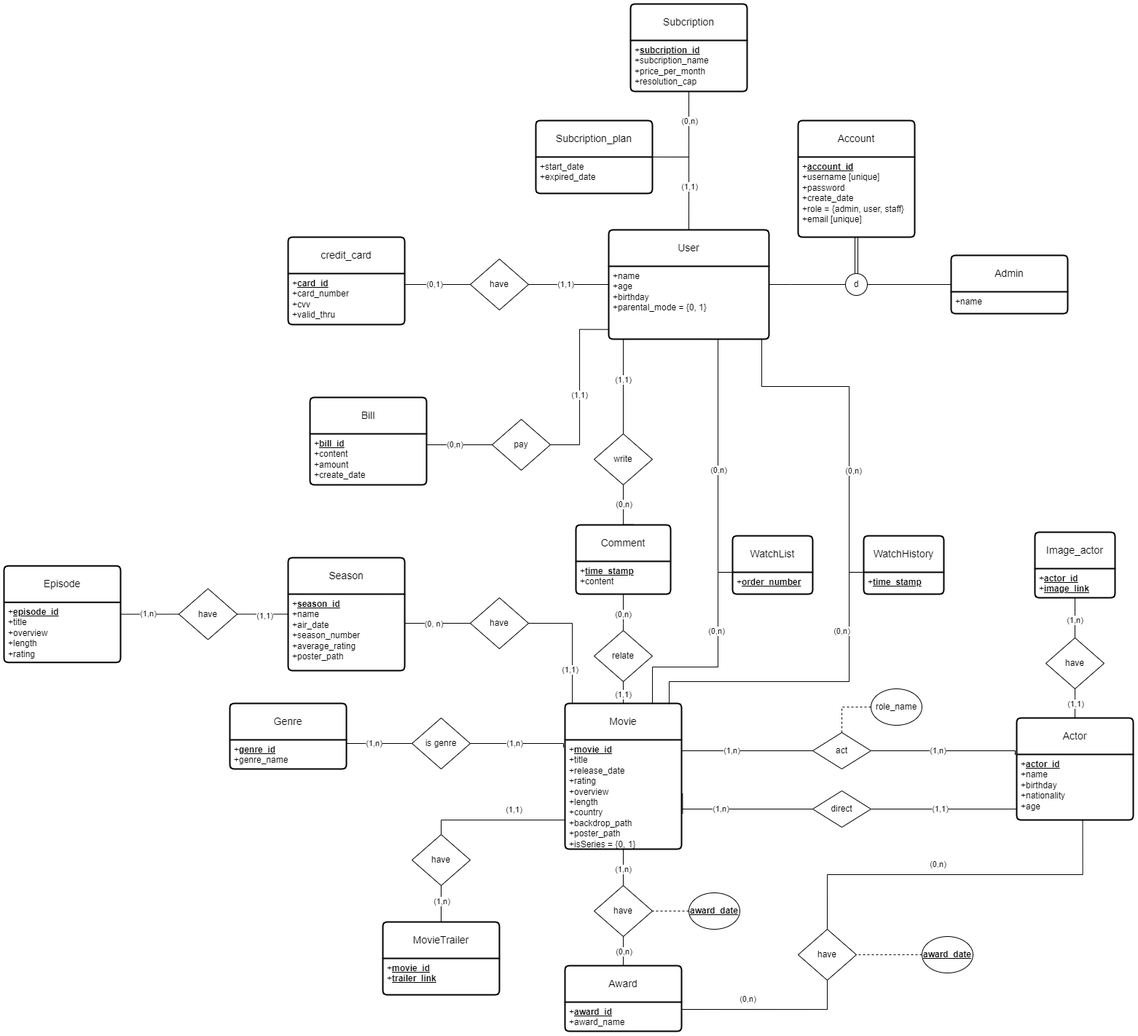
Before: docs/analysis and design/Netflex.drawio.png, a diagram exported from draw.io (DanielPham311/Intro2SE-21CLC03-Group11). Source tidied: cells renumbered, new cells last; positions are measured from the earlier drawing's top-left corner, leaving out a move shared by most shapes.
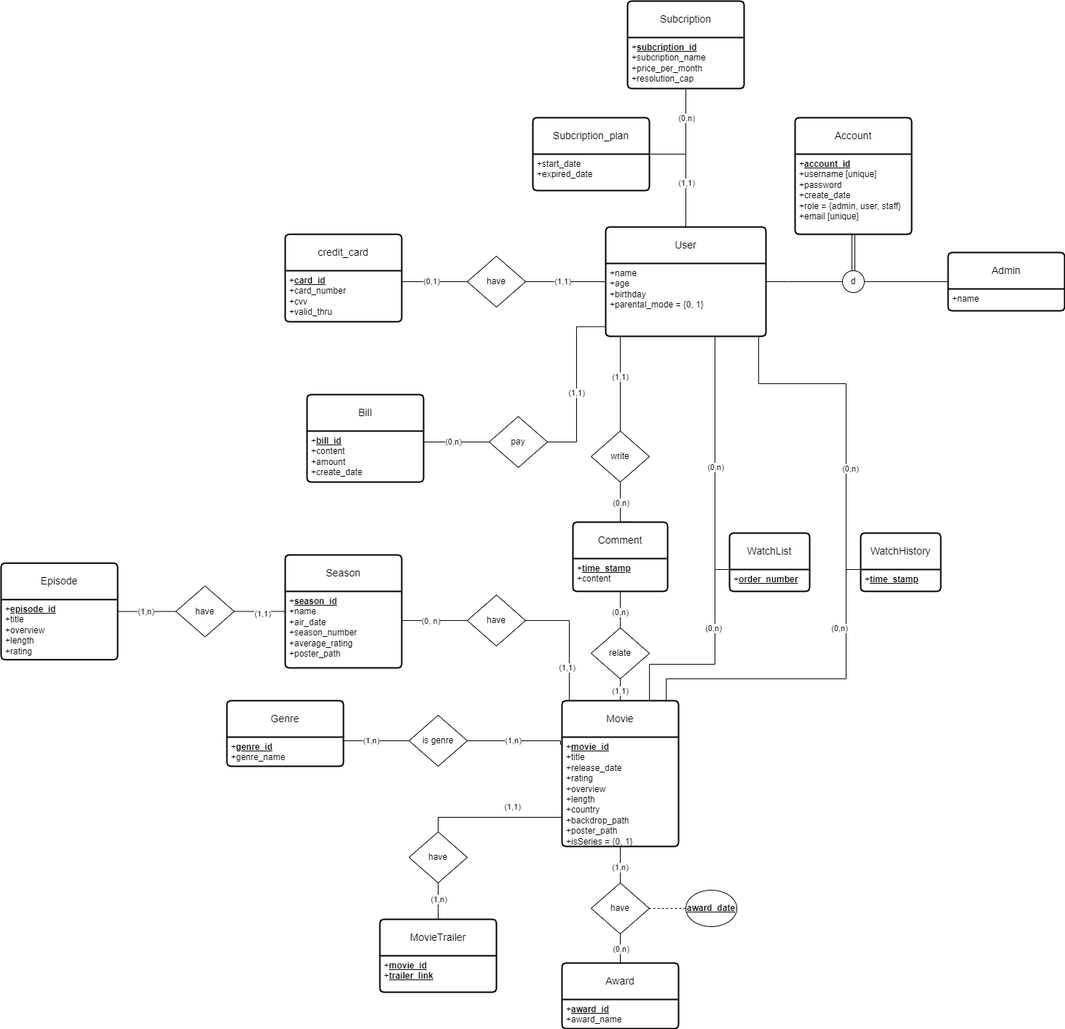
Above is the later version.

The edit, as a diff of the source:
```diff
@@ -224,87 +224,6 @@
         <mxPoint x="1" y="-49" as="offset" />
       </mxGeometry>
     </mxCell>
-    <mxCell id="55" value="Actor" style="swimlane;horizontal=1;startSize=50;rounded=1;fontSize=14;fontStyle=0;strokeWidth=2;shadow=0;dashed=0;align=center;arcSize=4;whiteSpace=wrap;html=1;" parent="1" vertex="1">
-      <mxGeometry x="1390" y="980" width="160" height="140" as="geometry" />
-    </mxCell>
-    <mxCell id="56" value="+&lt;b&gt;&lt;u&gt;actor_id&lt;/u&gt;&lt;/b&gt;&lt;br&gt;+name&lt;br&gt;+birthday&lt;br&gt;+nationality&lt;br&gt;+age" style="align=left;strokeColor=none;fillColor=none;spacingLeft=4;fontSize=12;verticalAlign=top;html=1;" parent="55" vertex="1">
-      <mxGeometry y="50" width="160" height="90" as="geometry" />
-    </mxCell>
-    <mxCell id="57" value="Image_actor" style="swimlane;horizontal=1;startSize=50;rounded=1;fontSize=14;fontStyle=0;strokeWidth=2;shadow=0;dashed=0;align=center;arcSize=4;whiteSpace=wrap;html=1;" parent="1" vertex="1">
-      <mxGeometry x="1415" y="725" width="110" height="90" as="geometry" />
-    </mxCell>
-    <mxCell id="58" value="+&lt;b&gt;&lt;u&gt;actor_id&lt;br&gt;&lt;/u&gt;&lt;/b&gt;+&lt;b&gt;&lt;u&gt;image_link&lt;/u&gt;&lt;/b&gt;" style="align=left;strokeColor=none;fillColor=none;spacingLeft=4;fontSize=12;verticalAlign=top;html=1;" parent="57" vertex="1">
-      <mxGeometry y="50" width="110" height="40" as="geometry" />
-    </mxCell>
-    <mxCell id="59" style="edgeStyle=orthogonalEdgeStyle;rounded=0;jettySize=auto;html=1;entryX=0.5;entryY=0;entryDx=0;entryDy=0;endArrow=none;endFill=0;exitX=0.5;exitY=1;exitDx=0;exitDy=0;" parent="1" edge="1" source="58" target="61">
-      <mxGeometry relative="1" as="geometry" />
-    </mxCell>
-    <mxCell id="60" value="(1,n)" style="edgeLabel;html=1;align=center;verticalAlign=middle;" parent="59" vertex="1">
-      <mxGeometry x="0.09" y="-1" relative="1" as="geometry" />
-    </mxCell>
-    <mxCell id="61" value="have" style="rhombus;whiteSpace=wrap;html=1;" parent="1" vertex="1">
-      <mxGeometry x="1430" y="870" width="80" height="70" as="geometry" />
-    </mxCell>
-    <mxCell id="62" style="edgeStyle=orthogonalEdgeStyle;rounded=0;jettySize=auto;html=1;entryX=0.5;entryY=1;entryDx=0;entryDy=0;endArrow=none;endFill=0;exitX=0.5;exitY=0;exitDx=0;exitDy=0;" parent="1" edge="1" source="55" target="61">
-      <mxGeometry relative="1" as="geometry">
-        <Array as="points">
-          <mxPoint x="1470" y="950" />
-          <mxPoint x="1470" y="950" />
-        </Array>
-      </mxGeometry>
-    </mxCell>
-    <mxCell id="63" value="(1,1)" style="edgeLabel;html=1;align=center;verticalAlign=middle;" parent="62" vertex="1">
-      <mxGeometry x="-0.1" y="1" relative="1" as="geometry">
-        <mxPoint x="1" y="-2" as="offset" />
-      </mxGeometry>
-    </mxCell>
-    <mxCell id="64" style="edgeStyle=orthogonalEdgeStyle;rounded=0;jettySize=auto;html=1;entryX=1;entryY=0.5;entryDx=0;entryDy=0;endArrow=none;endFill=0;exitX=-0.013;exitY=0.006;exitDx=0;exitDy=0;exitPerimeter=0;" parent="1" edge="1" source="56" target="66">
-      <mxGeometry relative="1" as="geometry">
-        <Array as="points">
-          <mxPoint x="1388" y="1025" />
-        </Array>
-      </mxGeometry>
-    </mxCell>
-    <mxCell id="65" value="(1,n)" style="edgeLabel;html=1;align=center;verticalAlign=middle;" parent="64" vertex="1">
-      <mxGeometry x="0.09" y="-1" relative="1" as="geometry" />
-    </mxCell>
-    <mxCell id="66" value="act" style="rhombus;whiteSpace=wrap;html=1;" parent="1" vertex="1">
-      <mxGeometry x="1110" y="1000" width="80" height="50" as="geometry" />
-    </mxCell>
-    <mxCell id="67" style="edgeStyle=orthogonalEdgeStyle;rounded=0;jettySize=auto;html=1;entryX=0;entryY=0.5;entryDx=0;entryDy=0;endArrow=none;endFill=0;exitX=1;exitY=0.25;exitDx=0;exitDy=0;" parent="1" edge="1" source="40" target="66">
-      <mxGeometry relative="1" as="geometry">
-        <Array as="points">
-          <mxPoint x="930" y="1025" />
-        </Array>
-      </mxGeometry>
-    </mxCell>
-    <mxCell id="68" value="(1,n)" style="edgeLabel;html=1;align=center;verticalAlign=middle;" parent="67" vertex="1">
-      <mxGeometry x="-0.1" y="1" relative="1" as="geometry" />
-    </mxCell>
-    <mxCell id="69" style="edgeStyle=orthogonalEdgeStyle;rounded=0;jettySize=auto;html=1;entryX=1;entryY=0.5;entryDx=0;entryDy=0;endArrow=none;endFill=0;exitX=0;exitY=0.75;exitDx=0;exitDy=0;" parent="1" edge="1" source="56" target="71">
-      <mxGeometry relative="1" as="geometry">
-        <Array as="points">
-          <mxPoint x="1390" y="1105" />
-        </Array>
-      </mxGeometry>
-    </mxCell>
-    <mxCell id="70" value="(1,1)" style="edgeLabel;html=1;align=center;verticalAlign=middle;" parent="69" vertex="1">
-      <mxGeometry x="0.09" y="-1" relative="1" as="geometry" />
-    </mxCell>
-    <mxCell id="71" value="direct" style="rhombus;whiteSpace=wrap;html=1;" parent="1" vertex="1">
-      <mxGeometry x="1110" y="1080" width="80" height="50" as="geometry" />
-    </mxCell>
-    <mxCell id="72" style="edgeStyle=orthogonalEdgeStyle;rounded=0;jettySize=auto;html=1;entryX=0;entryY=0.5;entryDx=0;entryDy=0;endArrow=none;endFill=0;exitX=1.009;exitY=0.677;exitDx=0;exitDy=0;exitPerimeter=0;" parent="1" edge="1" source="40" target="71">
-      <mxGeometry relative="1" as="geometry">
-        <Array as="points">
-          <mxPoint x="930" y="1084" />
-          <mxPoint x="930" y="1105" />
-        </Array>
-      </mxGeometry>
-    </mxCell>
-    <mxCell id="73" value="(1,n)" style="edgeLabel;html=1;align=center;verticalAlign=middle;" parent="72" vertex="1">
-      <mxGeometry x="-0.1" y="1" relative="1" as="geometry" />
-    </mxCell>
     <mxCell id="74" value="Award" style="swimlane;horizontal=1;startSize=50;rounded=1;fontSize=14;fontStyle=0;strokeWidth=2;shadow=0;dashed=0;align=center;arcSize=4;whiteSpace=wrap;html=1;" parent="1" vertex="1">
       <mxGeometry x="770" y="1320" width="160" height="90" as="geometry" />
     </mxCell>
@@ -411,12 +330,6 @@
     <mxCell id="96" value="&lt;b&gt;&lt;u&gt;award_date&lt;/u&gt;&lt;/b&gt;" style="ellipse;whiteSpace=wrap;html=1;" parent="1" vertex="1">
       <mxGeometry x="940" y="1220" width="70" height="50" as="geometry" />
     </mxCell>
-    <mxCell id="97" style="edgeStyle=orthogonalEdgeStyle;rounded=0;jettySize=auto;html=1;entryX=0.5;entryY=0;entryDx=0;entryDy=0;dashed=1;endArrow=none;endFill=0;exitX=0;exitY=0.5;exitDx=0;exitDy=0;" parent="1" edge="1" source="98" target="66">
-      <mxGeometry relative="1" as="geometry" />
-    </mxCell>
-    <mxCell id="98" value="role_name" style="ellipse;whiteSpace=wrap;html=1;" parent="1" vertex="1">
-      <mxGeometry x="1190" y="940" width="70" height="50" as="geometry" />
-    </mxCell>
     <mxCell id="99" style="edgeStyle=orthogonalEdgeStyle;rounded=0;jettySize=auto;html=1;entryX=0.5;entryY=1;entryDx=0;entryDy=0;endArrow=none;endFill=0;" parent="1" edge="1" source="101" target="105">
       <mxGeometry relative="1" as="geometry" />
     </mxCell>
@@ -445,31 +358,6 @@
     <mxCell id="105" value="have" style="rhombus;whiteSpace=wrap;html=1;" parent="1" vertex="1">
       <mxGeometry x="560" y="1140" width="80" height="70" as="geometry" />
     </mxCell>
-    <mxCell id="106" style="edgeStyle=orthogonalEdgeStyle;rounded=0;jettySize=auto;html=1;entryX=0.5;entryY=0;entryDx=0;entryDy=0;endArrow=none;endFill=0;exitX=0.566;exitY=1.009;exitDx=0;exitDy=0;exitPerimeter=0;" parent="1" edge="1" source="56" target="108">
-      <mxGeometry relative="1" as="geometry" />
-    </mxCell>
-    <mxCell id="107" value="(0,n)" style="edgeLabel;html=1;align=center;verticalAlign=middle;" parent="106" vertex="1">
-      <mxGeometry x="0.09" y="-1" relative="1" as="geometry">
-        <mxPoint y="-14" as="offset" />
-      </mxGeometry>
-    </mxCell>
-    <mxCell id="108" value="have" style="rhombus;whiteSpace=wrap;html=1;" parent="1" vertex="1">
-      <mxGeometry x="1090" y="1270" width="80" height="70" as="geometry" />
-    </mxCell>
-    <mxCell id="109" style="edgeStyle=orthogonalEdgeStyle;rounded=0;jettySize=auto;html=1;entryX=0.5;entryY=1;entryDx=0;entryDy=0;endArrow=none;endFill=0;exitX=1;exitY=0.25;exitDx=0;exitDy=0;" parent="1" edge="1" source="75" target="108">
-      <mxGeometry relative="1" as="geometry" />
-    </mxCell>
-    <mxCell id="110" value="(0,n)" style="edgeLabel;html=1;align=center;verticalAlign=middle;" parent="109" vertex="1">
-      <mxGeometry x="-0.1" y="1" relative="1" as="geometry">
-        <mxPoint x="-18" y="-14" as="offset" />
-      </mxGeometry>
-    </mxCell>
-    <mxCell id="111" style="edgeStyle=orthogonalEdgeStyle;rounded=0;jettySize=auto;html=1;entryX=1;entryY=0.5;entryDx=0;entryDy=0;dashed=1;endArrow=none;endFill=0;" parent="1" edge="1" source="112" target="108">
-      <mxGeometry relative="1" as="geometry" />
-    </mxCell>
-    <mxCell id="112" value="&lt;b&gt;&lt;u&gt;award_date&lt;/u&gt;&lt;/b&gt;" style="ellipse;whiteSpace=wrap;html=1;" parent="1" vertex="1">
-      <mxGeometry x="1260" y="1280" width="70" height="50" as="geometry" />
-    </mxCell>
     <mxCell id="113" style="edgeStyle=orthogonalEdgeStyle;rounded=0;jettySize=auto;html=1;entryX=0;entryY=0.5;entryDx=0;entryDy=0;endArrow=none;endFill=0;" parent="1" edge="1" source="115" target="124">
       <mxGeometry relative="1" as="geometry" />
     </mxCell>
```
